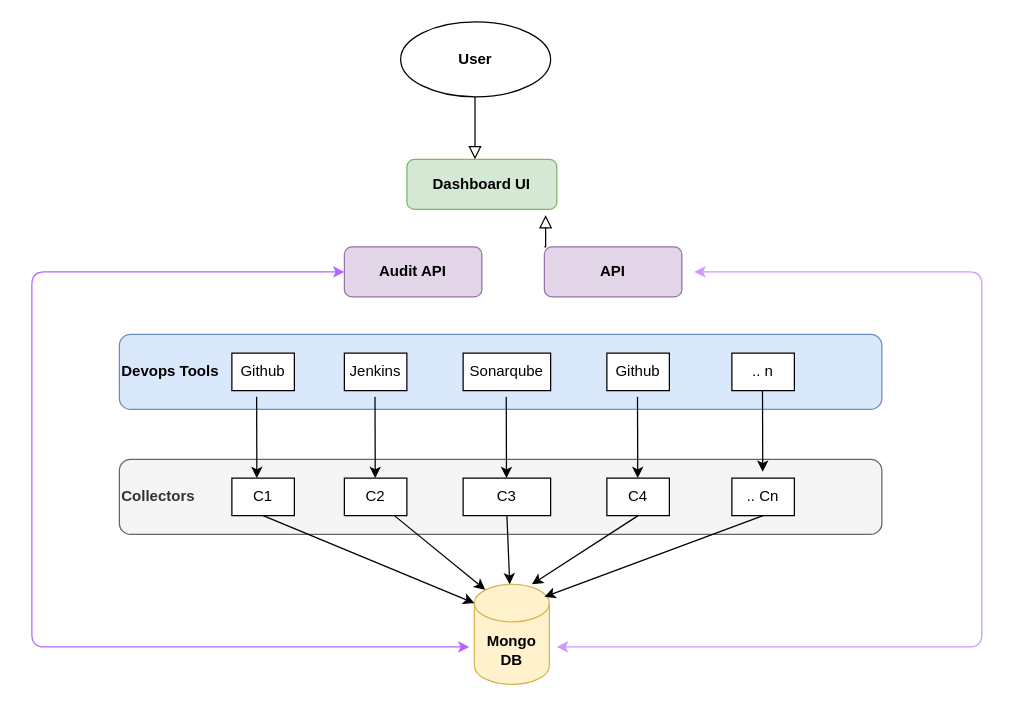
The draw.io diagram Untitled Diagram.drawio in anup466/katacoda-scenarios, before the edit. Source tidied: cells renumbered, new cells numbered last; positions are measured from the earlier drawing's top-left corner, leaving out a move shared by most shapes. Both pictures are drawn from the tidied source at 125%, with x=0, y=0 at pixel (31, 21).
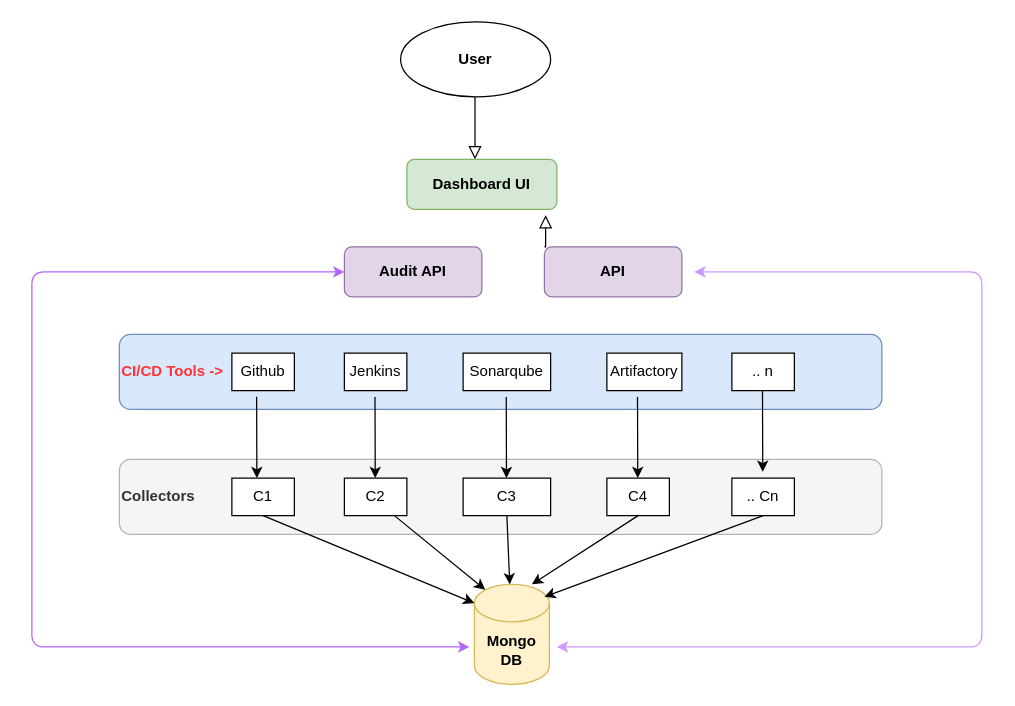
Above is the later version.

Diff of the diagram source:
```diff
@@
-    <mxCell id="5" value="&lt;b&gt;Devops Tools&lt;/b&gt;" style="whiteSpace=wrap;html=1;rounded=1;shadow=0;strokeWidth=1;glass=0;align=left;fillColor=#dae8fc;strokeColor=#6c8ebf;" parent="1" vertex="1">
+    <mxCell id="5" value="&lt;b&gt;&lt;font color=&quot;#ff3333&quot;&gt;CI/CD Tools -&amp;gt;&lt;/font&gt;&lt;/b&gt;" style="whiteSpace=wrap;html=1;rounded=1;shadow=0;strokeWidth=1;glass=0;align=left;fillColor=#dae8fc;strokeColor=#6c8ebf;" parent="1" vertex="1">
       <mxGeometry x="70" y="250" width="610" height="60" as="geometry" />
     </mxCell>
@@
-    <mxCell id="9" value="Github" style="rounded=0;whiteSpace=wrap;html=1;" parent="1" vertex="1">
-      <mxGeometry x="460" y="265" width="50" height="30" as="geometry" />
+    <mxCell id="9" value="Artifactory" style="rounded=0;whiteSpace=wrap;html=1;" parent="1" vertex="1">
+      <mxGeometry x="460" y="265" width="60" height="30" as="geometry" />
     </mxCell>
@@
-    <mxCell id="11" value="&lt;b&gt;Collectors&lt;/b&gt;" style="whiteSpace=wrap;html=1;rounded=1;shadow=0;strokeWidth=1;glass=0;align=left;fillColor=#f5f5f5;strokeColor=#666666;fontColor=#333333;" parent="1" vertex="1">
+    <mxCell id="11" value="&lt;b&gt;Collectors&lt;/b&gt;" style="whiteSpace=wrap;html=1;rounded=1;shadow=0;strokeWidth=1;glass=0;align=left;fillColor=#f5f5f5;fontColor=#333333;strokeColor=#B3B3B3;" parent="1" vertex="1">
       <mxGeometry x="70" y="350" width="610" height="60" as="geometry" />
     </mxCell>
```
